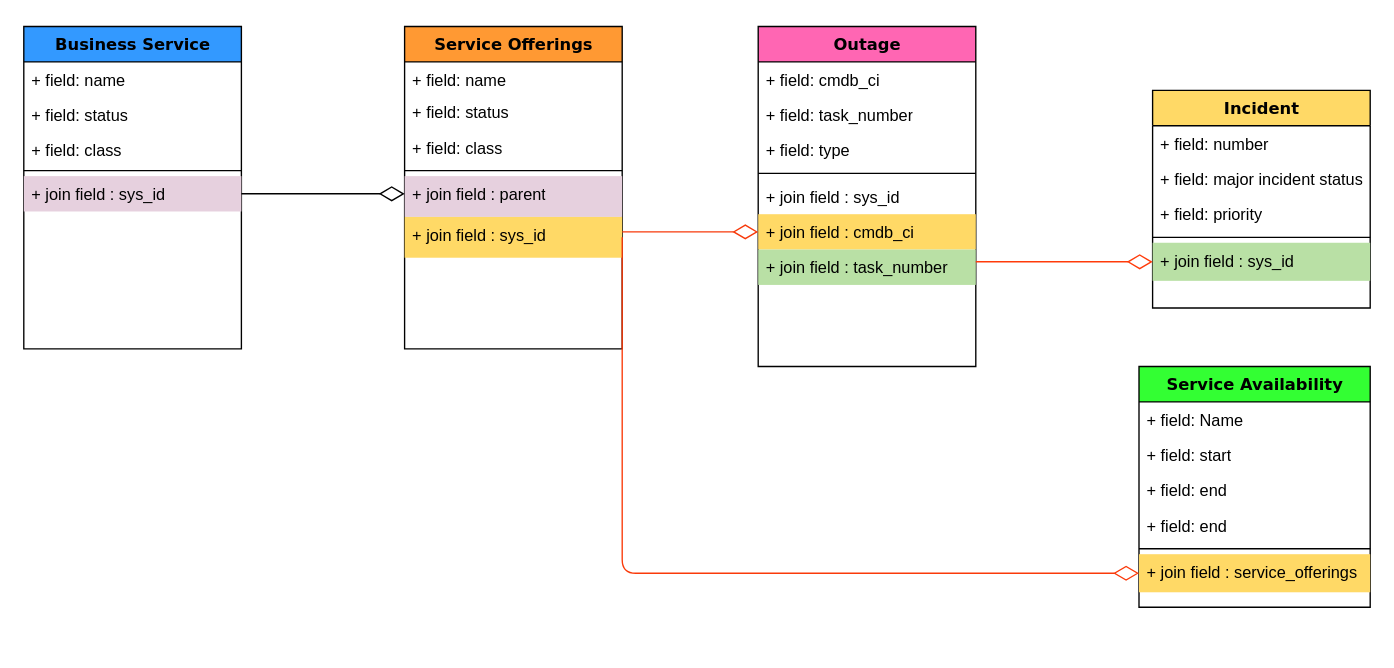
Above: Untitled Diagram.drawio in sathiyaraj83/Javascript (draw.io), before the change. Source tidied: cells renumbered, new cells numbered last; positions are measured from the earlier drawing's top-left corner, leaving out a move shared by most shapes. Both pictures are drawn from the tidied source at 136%, with x=0, y=0 at pixel (23, 26).
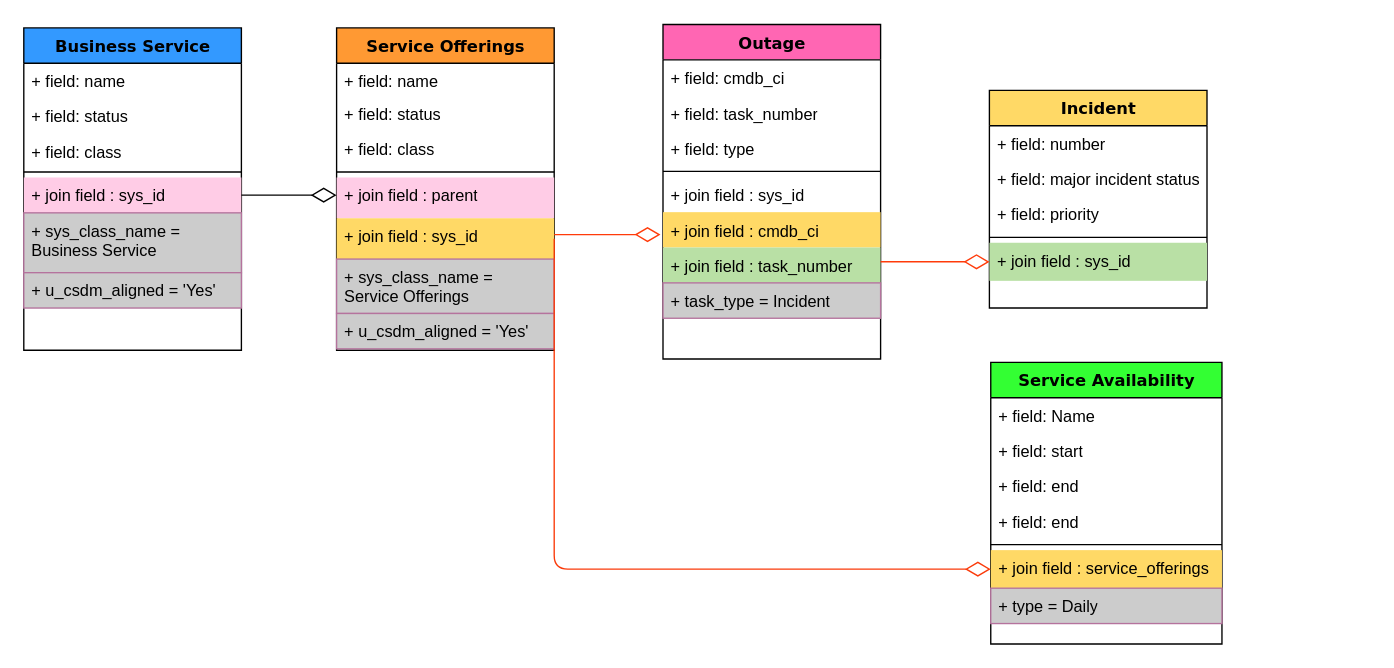
The same page after the edit.

Unchanged cells that the change refers to:
```xml
<mxCell id="14" value="+ join field : sys_id" style="text;html=1;strokeColor=none;fillColor=#FFD966;align=left;verticalAlign=top;spacingLeft=4;spacingRight=4;whiteSpace=wrap;overflow=hidden;points=[[0,0.5],[1,0.5]];portConstraint=eastwest;" parent="8" vertex="1">
  <mxGeometry y="140" width="160" height="30" as="geometry" />
</mxCell>
<mxCell id="27" value="+ join field : cmdb_ci" style="text;html=1;strokeColor=none;fillColor=#FFD966;align=left;verticalAlign=top;spacingLeft=4;spacingRight=4;whiteSpace=wrap;overflow=hidden;points=[[0,0.5],[1,0.5]];portConstraint=eastwest;" parent="21" vertex="1">
  <mxGeometry y="138" width="160" height="26" as="geometry" />
</mxCell>
<mxCell id="37" value="+ join field : service_offerings" style="text;html=1;strokeColor=none;fillColor=#FFD966;align=left;verticalAlign=top;spacingLeft=4;spacingRight=4;whiteSpace=wrap;overflow=hidden;points=[[0,0.5],[1,0.5]];portConstraint=eastwest;" parent="31" vertex="1">
  <mxGeometry y="138" width="170" height="28" as="geometry" />
</mxCell>
```

Change to the diagram source:
```diff
@@
     <mxCell id="2" value="Business Service" style="swimlane;html=1;fontStyle=1;align=center;verticalAlign=top;horizontal=1;startSize=26;swimlaneFillColor=#ffffff;rounded=0;shadow=0;comic=0;labelBackgroundColor=none;strokeWidth=1;fillColor=#3399FF;fontFamily=Verdana;fontSize=12;" parent="1" vertex="1">
-      <mxGeometry width="160" height="237" as="geometry" />
+      <mxGeometry y="1" width="160" height="237" as="geometry" />
     </mxCell>
@@
-    <mxCell id="7" value="+ join field : sys_id" style="text;html=1;strokeColor=none;fillColor=#E6D0DE;align=left;verticalAlign=top;spacingLeft=4;spacingRight=4;whiteSpace=wrap;overflow=hidden;points=[[0,0.5],[1,0.5]];portConstraint=eastwest;" parent="2" vertex="1">
+    <mxCell id="7" value="+ join field : sys_id" style="text;html=1;strokeColor=none;fillColor=#FFCCE6;align=left;verticalAlign=top;spacingLeft=4;spacingRight=4;whiteSpace=wrap;overflow=hidden;points=[[0,0.5],[1,0.5]];portConstraint=eastwest;" parent="2" vertex="1">
       <mxGeometry y="110" width="160" height="26" as="geometry" />
     </mxCell>
+    <mxCell id="40" value="+ sys_class_name = Business Service" style="text;html=1;strokeColor=#B5739D;fillColor=#CCCCCC;align=left;verticalAlign=top;spacingLeft=4;spacingRight=4;whiteSpace=wrap;overflow=hidden;shadow=0;" parent="2" vertex="1">
+      <mxGeometry y="136" width="160" height="44" as="geometry" />
+    </mxCell>
+    <mxCell id="41" value="+ u_csdm_aligned = 'Yes'" style="text;html=1;strokeColor=#B5739D;fillColor=#CCCCCC;align=left;verticalAlign=top;spacingLeft=4;spacingRight=4;whiteSpace=wrap;overflow=hidden;shadow=0;" parent="2" vertex="1">
+      <mxGeometry y="180" width="160" height="26" as="geometry" />
+    </mxCell>
     <mxCell id="8" value="Service Offerings" style="swimlane;html=1;fontStyle=1;align=center;verticalAlign=top;horizontal=1;startSize=26;swimlaneFillColor=#ffffff;rounded=0;shadow=0;comic=0;labelBackgroundColor=none;strokeWidth=1;fillColor=#FF9933;fontFamily=Verdana;fontSize=12;" parent="1" vertex="1">
-      <mxGeometry x="280" width="160" height="237" as="geometry" />
+      <mxGeometry x="230" y="1" width="160" height="237" as="geometry" />
     </mxCell>
@@
-    <mxCell id="13" value="+ join field : parent" style="text;html=1;strokeColor=none;fillColor=#E6D0DE;align=left;verticalAlign=top;spacingLeft=4;spacingRight=4;whiteSpace=wrap;overflow=hidden;" parent="8" vertex="1">
+    <mxCell id="13" value="+ join field : parent" style="text;html=1;strokeColor=none;fillColor=#FFCCE6;align=left;verticalAlign=top;spacingLeft=4;spacingRight=4;whiteSpace=wrap;overflow=hidden;" parent="8" vertex="1">
       <mxGeometry y="110" width="160" height="30" as="geometry" />
     </mxCell>
@@
+    <mxCell id="42" value="+ sys_class_name = Service Offerings" style="text;html=1;strokeColor=#B5739D;fillColor=#CCCCCC;align=left;verticalAlign=top;spacingLeft=4;spacingRight=4;whiteSpace=wrap;overflow=hidden;shadow=0;" parent="8" vertex="1">
+      <mxGeometry y="170" width="160" height="40" as="geometry" />
+    </mxCell>
+    <mxCell id="43" value="+ u_csdm_aligned = 'Yes'" style="text;html=1;strokeColor=#B5739D;fillColor=#CCCCCC;align=left;verticalAlign=top;spacingLeft=4;spacingRight=4;whiteSpace=wrap;overflow=hidden;shadow=0;" parent="8" vertex="1">
+      <mxGeometry y="210" width="160" height="26" as="geometry" />
+    </mxCell>
     <mxCell id="15" value="Incident" style="swimlane;html=1;fontStyle=1;align=center;verticalAlign=top;horizontal=1;startSize=26;swimlaneFillColor=#ffffff;rounded=0;shadow=0;comic=0;labelBackgroundColor=none;strokeWidth=1;fillColor=#FFD966;fontFamily=Verdana;fontSize=12;" parent="1" vertex="1">
-      <mxGeometry x="830" y="47" width="160" height="160" as="geometry" />
+      <mxGeometry x="710" y="47" width="160" height="160" as="geometry" />
     </mxCell>
@@
     <mxCell id="21" value="Outage" style="swimlane;html=1;fontStyle=1;align=center;verticalAlign=top;horizontal=1;startSize=26;swimlaneFillColor=#ffffff;rounded=0;shadow=0;comic=0;labelBackgroundColor=none;strokeWidth=1;fillColor=#FF66B3;fontFamily=Verdana;fontSize=12;" parent="1" vertex="1">
-      <mxGeometry x="540" width="160" height="250" as="geometry" />
+      <mxGeometry x="470" y="-1.5" width="160" height="246" as="geometry" />
     </mxCell>
@@
+    <mxCell id="44" value="+ task_type = Incident" style="text;html=1;strokeColor=#B5739D;fillColor=#CCCCCC;align=left;verticalAlign=top;spacingLeft=4;spacingRight=4;whiteSpace=wrap;overflow=hidden;shadow=0;" parent="21" vertex="1">
+      <mxGeometry y="190" width="160" height="26" as="geometry" />
+    </mxCell>
@@
-    <mxCell id="30" style="edgeStyle=elbowEdgeStyle;jettySize=auto;elbow=vertical;html=1;entryX=0;entryY=0.5;entryDx=0;entryDy=0;labelBackgroundColor=none;startFill=0;startSize=8;endArrow=diamondThin;endFill=0;endSize=16;fontFamily=Verdana;fontSize=12;strokeColor=#F7390A;" parent="1" edge="1" source="14" target="27">
-      <mxGeometry relative="1" as="geometry" />
-    </mxCell>
     <mxCell id="31" value="Service Availability" style="swimlane;html=1;fontStyle=1;align=center;verticalAlign=top;horizontal=1;startSize=26;swimlaneFillColor=#ffffff;rounded=0;shadow=0;comic=0;labelBackgroundColor=none;strokeWidth=1;fillColor=#33FF33;fontFamily=Verdana;fontSize=12;" parent="1" vertex="1">
-      <mxGeometry x="820" y="250" width="170" height="177" as="geometry" />
+      <mxGeometry x="711" y="247" width="170" height="207" as="geometry" />
     </mxCell>
@@
+    <mxCell id="45" value="+ type = Daily" style="text;html=1;strokeColor=#B5739D;fillColor=#CCCCCC;align=left;verticalAlign=top;spacingLeft=4;spacingRight=4;whiteSpace=wrap;overflow=hidden;shadow=0;" parent="31" vertex="1">
+      <mxGeometry y="166" width="170" height="26" as="geometry" />
+    </mxCell>
@@
     <mxCell id="39" style="edgeStyle=elbowEdgeStyle;jettySize=auto;elbow=vertical;html=1;exitX=1;exitY=0.5;exitDx=0;exitDy=0;labelBackgroundColor=red;startFill=0;startSize=8;endArrow=diamondThin;endFill=0;endSize=16;fontFamily=Verdana;fontSize=12;entryX=0;entryY=0.5;entryDx=0;entryDy=0;fillColor=#FF3B0A;strokeColor=#FA3A0A;" parent="1" edge="1" source="14" target="37">
       <mxGeometry relative="1" as="geometry">
         <Array as="points">
-          <mxPoint x="480" y="402" />
+          <mxPoint x="500" y="399" />
           <mxPoint x="830" y="387" />
           <mxPoint x="710" y="377" />
           <mxPoint x="790" y="402" />
           <mxPoint x="810" y="402" />
           <mxPoint x="650" y="402" />
         </Array>
       </mxGeometry>
     </mxCell>
+    <mxCell id="46" style="edgeStyle=elbowEdgeStyle;orthogonalLoop=1;jettySize=auto;elbow=vertical;html=1;entryX=-0.012;entryY=0.827;entryDx=0;entryDy=0;entryPerimeter=0;labelBackgroundColor=none;startFill=0;startSize=8;endArrow=diamondThin;endFill=0;endSize=16;strokeColor=#FF3B0A;fillColor=#FF3B0A;fontFamily=Verdana;fontSize=12;" parent="1" edge="1">
+      <mxGeometry relative="1" as="geometry">
+        <mxPoint x="390" y="153" as="sourcePoint" />
+        <mxPoint x="468.1" y="153" as="targetPoint" />
+      </mxGeometry>
+    </mxCell>
```
